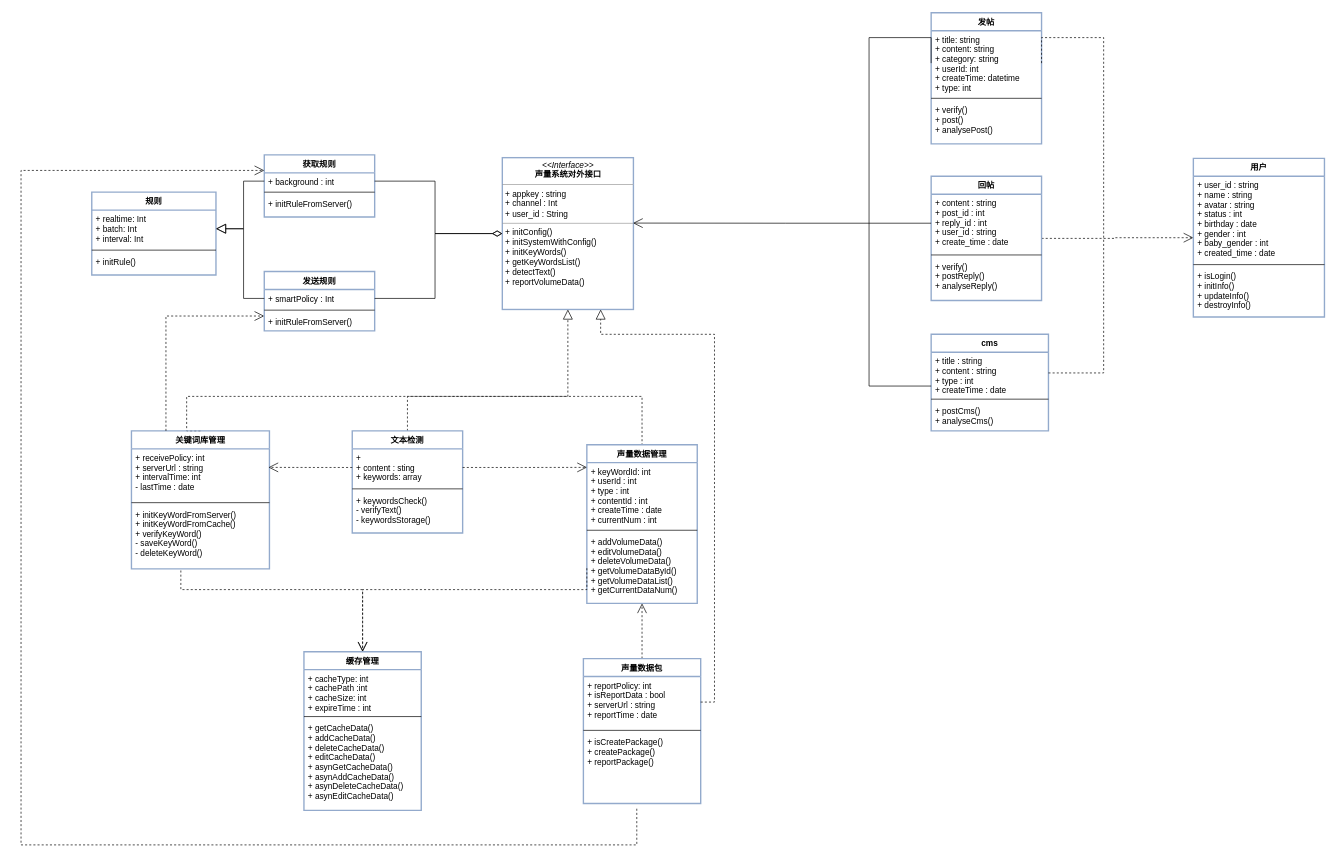
The draw.io diagram page "Page-4" (4 of 5) of 声量系统UML.drawio in ikeyyang/uml, before the edit. Source tidied: cells renumbered, new cells numbered last; positions are measured from the earlier drawing's top-left corner, leaving out a move shared by most shapes. Both pictures are drawn from the tidied source at 69%, with x=0, y=0 at pixel (21, 12).
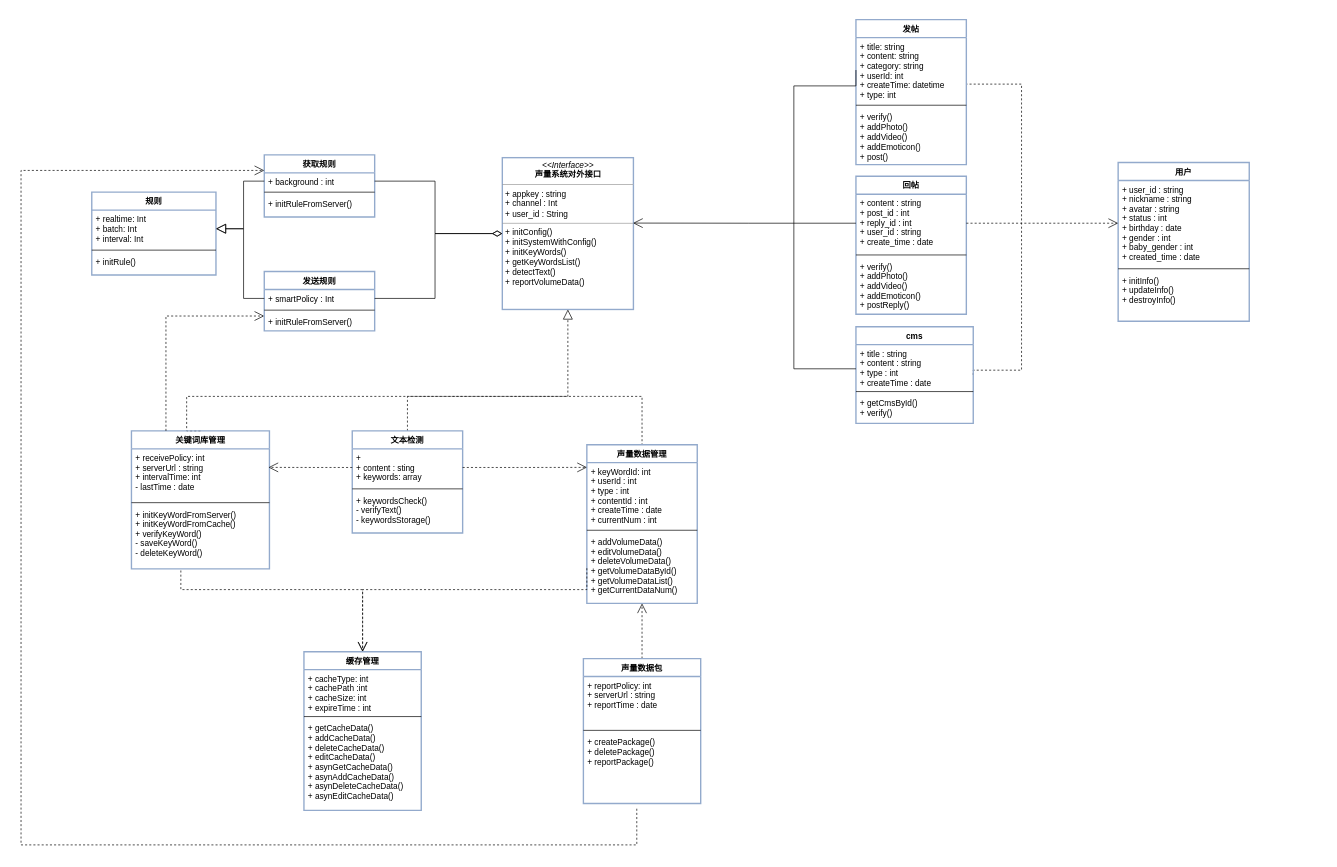
The same diagram, later.

The change refers to these unchanged cells:
```xml
<mxCell id="2" value="&lt;p style=&quot;margin: 0px ; margin-top: 4px ; text-align: center&quot;&gt;&lt;i&gt;&amp;lt;&amp;lt;Interface&amp;gt;&amp;gt;&lt;/i&gt;&lt;br&gt;&lt;b&gt;声量系统对外接口&lt;/b&gt;&lt;/p&gt;&lt;hr size=&quot;1&quot;&gt;&lt;p style=&quot;margin: 0px ; margin-left: 4px&quot;&gt;+ appkey : string&lt;br&gt;+ channel : Int&lt;/p&gt;&lt;p style=&quot;margin: 0px ; margin-left: 4px&quot;&gt;+ user_id : String&lt;/p&gt;&lt;hr size=&quot;1&quot;&gt;&lt;p style=&quot;margin: 0px ; margin-left: 4px&quot;&gt;+ initConfig()&lt;/p&gt;&lt;p style=&quot;margin: 0px ; margin-left: 4px&quot;&gt;+ initSystemWithConfig()&lt;/p&gt;&lt;p style=&quot;margin: 0px ; margin-left: 4px&quot;&gt;+ initKeyWords()&lt;/p&gt;&lt;p style=&quot;margin: 0px ; margin-left: 4px&quot;&gt;+ getKeyWordsList()&lt;/p&gt;&lt;p style=&quot;margin: 0px ; margin-left: 4px&quot;&gt;+ detectText()&lt;/p&gt;&lt;p style=&quot;margin: 0px ; margin-left: 4px&quot;&gt;+ reportVolumeData()&lt;/p&gt;&lt;p style=&quot;margin: 0px ; margin-left: 4px&quot;&gt;&lt;br&gt;&lt;/p&gt;" style="verticalAlign=top;align=left;overflow=fill;fontSize=12;fontFamily=Helvetica;html=1;strokeColor=#93AACC;strokeWidth=2;fillColor=none;" parent="1" vertex="1">
  <mxGeometry x="697.5" y="210" width="190" height="220" as="geometry" />
</mxCell>
<mxCell id="5" value="+ content : string&#10;+ post_id : int&#10;+ reply_id : int&#10;+ user_id : string&#10;+ create_time : date" style="text;strokeColor=none;fillColor=none;align=left;verticalAlign=top;spacingLeft=4;spacingRight=4;overflow=hidden;points=[[0,0.5],[1,0.5]];portConstraint=eastwest;" parent="4" vertex="1">
  <mxGeometry y="26" width="160" height="84" as="geometry" />
</mxCell>
<mxCell id="9" value="+ title : string&#10;+ content : string&#10;+ type : int&#10;+ createTime : date" style="text;strokeColor=none;fillColor=none;align=left;verticalAlign=top;spacingLeft=4;spacingRight=4;overflow=hidden;points=[[0,0.5],[1,0.5]];portConstraint=eastwest;" parent="8" vertex="1">
  <mxGeometry y="26" width="170" height="64" as="geometry" />
</mxCell>
<mxCell id="13" value="+ title: string&#10;+ content: string&#10;+ category: string&#10;+ userId: int&#10;+ createTime: datetime&#10;+ type: int" style="text;strokeColor=none;fillColor=none;align=left;verticalAlign=top;spacingLeft=4;spacingRight=4;overflow=hidden;points=[[0,0.5],[1,0.5]];portConstraint=eastwest;" parent="12" vertex="1">
  <mxGeometry y="26" width="160" height="94" as="geometry" />
</mxCell>
<mxCell id="35" value="声量数据包" style="swimlane;fontStyle=1;align=center;verticalAlign=top;horizontal=1;startSize=26;strokeColor=#93AACC;strokeWidth=2;fillColor=none;" parent="1" vertex="1">
  <mxGeometry x="815" y="936" width="170" height="210" as="geometry" />
</mxCell>
```

The edit, as a diff of the source:
```diff
@@
-    <mxCell id="3" style="edgeStyle=orthogonalEdgeStyle;rounded=0;comic=0;jumpStyle=none;jettySize=auto;html=1;exitX=1;exitY=0.5;exitDx=0;exitDy=0;entryX=0;entryY=0.5;entryDx=0;entryDy=0;shadow=0;dashed=1;startArrow=none;startFill=0;startSize=12;endArrow=open;endFill=0;endSize=12;strokeColor=#000000;strokeWidth=1;fillColor=#FFFFFF;" parent="1" edge="1" source="4" target="39">
-      <mxGeometry relative="1" as="geometry" />
-    </mxCell>
     <mxCell id="4" value="回帖" style="swimlane;fontStyle=1;align=center;verticalAlign=top;horizontal=1;startSize=26;strokeColor=#93AACC;strokeWidth=2;fillColor=none;" parent="1" vertex="1">
-      <mxGeometry x="1319" y="237" width="160" height="180" as="geometry" />
+      <mxGeometry x="1210" y="237" width="160" height="200" as="geometry" />
     </mxCell>
@@
-    <mxCell id="7" value="+ verify()&#10;+ postReply()&#10;+ analyseReply()" style="text;strokeColor=none;fillColor=none;align=left;verticalAlign=top;spacingLeft=4;spacingRight=4;overflow=hidden;" parent="4" vertex="1">
-      <mxGeometry y="118" width="160" height="62" as="geometry" />
+    <mxCell id="7" value="+ verify()&#10;+ addPhoto()&#10;+ addVideo()&#10;+ addEmoticon()&#10;+ postReply()" style="text;strokeColor=none;fillColor=none;align=left;verticalAlign=top;spacingLeft=4;spacingRight=4;overflow=hidden;" parent="4" vertex="1">
+      <mxGeometry y="118" width="160" height="82" as="geometry" />
     </mxCell>
+    <mxCell id="69" style="edgeStyle=orthogonalEdgeStyle;rounded=0;jettySize=auto;html=1;exitX=1;exitY=0.5;exitDx=0;exitDy=0;entryX=1;entryY=0.717;entryDx=0;entryDy=0;entryPerimeter=0;dashed=1;startSize=12;endArrow=none;endFill=0;endSize=12;" parent="1" edge="1" source="8" target="13">
+      <mxGeometry relative="1" as="geometry">
+        <Array as="points">
+          <mxPoint x="1450" y="518" />
+          <mxPoint x="1450" y="103" />
+        </Array>
+      </mxGeometry>
+    </mxCell>
     <mxCell id="8" value="cms" style="swimlane;fontStyle=1;align=center;verticalAlign=top;horizontal=1;startSize=26;strokeColor=#93AACC;strokeWidth=2;fillColor=none;" parent="1" vertex="1">
-      <mxGeometry x="1319" y="466" width="170" height="140" as="geometry" />
+      <mxGeometry x="1210" y="455" width="170" height="140" as="geometry" />
     </mxCell>
@@
-    <mxCell id="11" value="+ postCms()&#10;+ analyseCms()" style="text;strokeColor=none;fillColor=none;align=left;verticalAlign=top;spacingLeft=4;spacingRight=4;overflow=hidden;" parent="8" vertex="1">
+    <mxCell id="11" value="+ getCmsById()&#10;+ verify()" style="text;strokeColor=none;fillColor=none;align=left;verticalAlign=top;spacingLeft=4;spacingRight=4;overflow=hidden;" parent="8" vertex="1">
       <mxGeometry y="98" width="170" height="42" as="geometry" />
     </mxCell>
     <mxCell id="12" value="发帖" style="swimlane;fontStyle=1;align=center;verticalAlign=top;horizontal=1;startSize=26;strokeColor=#93AACC;strokeWidth=2;fillColor=none;" parent="1" vertex="1">
-      <mxGeometry x="1319" width="160" height="190" as="geometry" />
+      <mxGeometry x="1210" y="10" width="160" height="210" as="geometry" />
     </mxCell>
@@
-    <mxCell id="15" value="+ verify()&#10;+ post()&#10;+ analysePost()" style="text;strokeColor=none;fillColor=none;align=left;verticalAlign=top;spacingLeft=4;spacingRight=4;overflow=hidden;whiteSpace=wrap;" parent="12" vertex="1">
-      <mxGeometry y="128" width="160" height="62" as="geometry" />
+    <mxCell id="15" value="+ verify()&#10;+ addPhoto()&#10;+ addVideo()&#10;+ addEmoticon()&#10;+ post()" style="text;strokeColor=none;fillColor=none;align=left;verticalAlign=top;spacingLeft=4;spacingRight=4;overflow=hidden;whiteSpace=wrap;" parent="12" vertex="1">
+      <mxGeometry y="128" width="160" height="82" as="geometry" />
     </mxCell>
@@
-    <mxCell id="36" value="+ reportPolicy: int&#10;+ isReportData : bool&#10;+ serverUrl : string&#10;+ reportTime : date" style="text;strokeColor=none;fillColor=none;align=left;verticalAlign=top;spacingLeft=4;spacingRight=4;overflow=hidden;points=[[0,0.5],[1,0.5]];portConstraint=eastwest;" parent="35" vertex="1">
+    <mxCell id="36" value="+ reportPolicy: int&#10;+ serverUrl : string&#10;+ reportTime : date" style="text;strokeColor=none;fillColor=none;align=left;verticalAlign=top;spacingLeft=4;spacingRight=4;overflow=hidden;points=[[0,0.5],[1,0.5]];portConstraint=eastwest;" parent="35" vertex="1">
       <mxGeometry y="26" width="170" height="74" as="geometry" />
     </mxCell>
@@
-    <mxCell id="38" value="+ isCreatePackage()&#10;+ createPackage()&#10;+ reportPackage()" style="text;strokeColor=none;fillColor=none;align=left;verticalAlign=top;spacingLeft=4;spacingRight=4;overflow=hidden;points=[[0,0.5],[1,0.5]];portConstraint=eastwest;" parent="35" vertex="1">
+    <mxCell id="38" value="+ createPackage()&#10;+ deletePackage()&#10;+ reportPackage()" style="text;strokeColor=none;fillColor=none;align=left;verticalAlign=top;spacingLeft=4;spacingRight=4;overflow=hidden;points=[[0,0.5],[1,0.5]];portConstraint=eastwest;" parent="35" vertex="1">
       <mxGeometry y="108" width="170" height="102" as="geometry" />
     </mxCell>
     <mxCell id="39" value="用户" style="swimlane;fontStyle=1;align=center;verticalAlign=top;horizontal=1;startSize=26;strokeColor=#93AACC;strokeWidth=2;fillColor=none;" parent="1" vertex="1">
-      <mxGeometry x="1699" y="211" width="190" height="230" as="geometry" />
+      <mxGeometry x="1590" y="217" width="190" height="230" as="geometry" />
     </mxCell>
-    <mxCell id="40" value="+ user_id : string&#10;+ name : string&#10;+ avatar : string&#10;+ status : int&#10;+ birthday : date&#10;+ gender : int&#10;+ baby_gender : int&#10;+ created_time : date" style="text;strokeColor=none;fillColor=none;align=left;verticalAlign=top;spacingLeft=4;spacingRight=4;overflow=hidden;points=[[0,0.5],[1,0.5]];portConstraint=eastwest;" parent="39" vertex="1">
+    <mxCell id="40" value="+ user_id : string&#10;+ nickname : string&#10;+ avatar : string&#10;+ status : int&#10;+ birthday : date&#10;+ gender : int&#10;+ baby_gender : int&#10;+ created_time : date" style="text;strokeColor=none;fillColor=none;align=left;verticalAlign=top;spacingLeft=4;spacingRight=4;overflow=hidden;points=[[0,0.5],[1,0.5]];portConstraint=eastwest;" parent="39" vertex="1">
       <mxGeometry y="26" width="190" height="124" as="geometry" />
     </mxCell>
@@
-    <mxCell id="42" value="+ isLogin()&#10;+ initInfo()&#10;+ updateInfo()&#10;+ destroyInfo()&#10;" style="text;strokeColor=none;fillColor=none;align=left;verticalAlign=top;spacingLeft=4;spacingRight=4;overflow=hidden;" parent="39" vertex="1">
+    <mxCell id="42" value="+ initInfo()&#10;+ updateInfo()&#10;+ destroyInfo()&#10;" style="text;strokeColor=none;fillColor=none;align=left;verticalAlign=top;spacingLeft=4;spacingRight=4;overflow=hidden;" parent="39" vertex="1">
       <mxGeometry y="158" width="190" height="72" as="geometry" />
     </mxCell>
@@
-    <mxCell id="58" style="edgeStyle=orthogonalEdgeStyle;comic=0;jumpStyle=none;jettySize=auto;html=1;exitX=1;exitY=0.5;exitDx=0;exitDy=0;shadow=0;dashed=1;startArrow=none;startFill=0;startSize=12;endArrow=none;endFill=0;endSize=12;strokeColor=#000000;strokeWidth=1;fillColor=#FFFFFF;entryX=1;entryY=0.5;entryDx=0;entryDy=0;rounded=0;" parent="1" edge="1" source="13" target="9">
-      <mxGeometry relative="1" as="geometry">
-        <Array as="points">
-          <mxPoint x="1569" y="36" />
-          <mxPoint x="1569" y="522" />
-        </Array>
-      </mxGeometry>
-    </mxCell>
     <mxCell id="59" style="edgeStyle=orthogonalEdgeStyle;rounded=0;comic=0;jumpStyle=none;jettySize=auto;html=1;exitX=0;exitY=0.5;exitDx=0;exitDy=0;shadow=0;startArrow=none;startFill=0;startSize=12;endArrow=none;endFill=0;endSize=12;strokeColor=#000000;strokeWidth=1;fillColor=#FFFFFF;" parent="1" edge="1" source="13" target="9">
       <mxGeometry relative="1" as="geometry">
         <Array as="points">
-          <mxPoint x="1229" y="36" />
-          <mxPoint x="1229" y="541" />
+          <mxPoint x="1210" y="106" />
+          <mxPoint x="1120" y="106" />
+          <mxPoint x="1120" y="516" />
         </Array>
       </mxGeometry>
     </mxCell>
@@
-    <mxCell id="66" style="edgeStyle=orthogonalEdgeStyle;rounded=0;comic=0;jumpStyle=none;jettySize=auto;html=1;exitX=1;exitY=0.5;exitDx=0;exitDy=0;entryX=0.75;entryY=1;entryDx=0;entryDy=0;shadow=0;dashed=1;startArrow=none;startFill=0;startSize=12;endArrow=block;endFill=0;endSize=12;strokeColor=#000000;strokeWidth=1;fillColor=#FFFFFF;" parent="1" edge="1" source="36" target="2">
-      <mxGeometry relative="1" as="geometry">
-        <Array as="points">
-          <mxPoint x="1005" y="999" />
-          <mxPoint x="1005" y="466" />
-          <mxPoint x="840" y="466" />
-        </Array>
-      </mxGeometry>
-    </mxCell>
@@
+    <mxCell id="70" style="edgeStyle=orthogonalEdgeStyle;rounded=0;jettySize=auto;html=1;exitX=1;exitY=0.5;exitDx=0;exitDy=0;entryX=0;entryY=0.5;entryDx=0;entryDy=0;dashed=1;endArrow=open;endFill=0;endSize=12;startSize=12;" parent="1" edge="1" source="5" target="40">
+      <mxGeometry relative="1" as="geometry" />
+    </mxCell>
```
